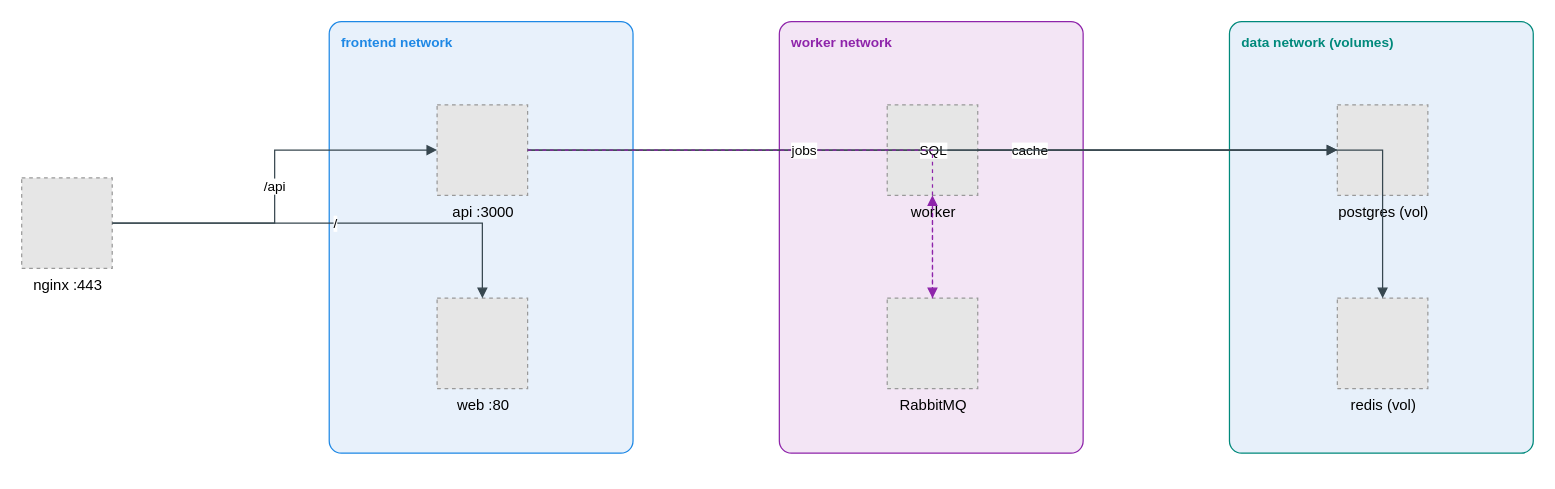
Before: diagram/samples/docker_compose.drawio in linhphamSTS/AI-Workflow-Studio, a draw.io diagram. Source tidied: cells renumbered, new cells numbered last; positions are measured from the earlier drawing's top-left corner, leaving out a move shared by most shapes. Both pictures are drawn from the tidied source at 124%, with x=0, y=0 at pixel (21, 21). Pictures stored in the file or linked from it are replaced by grey dashed boxes.
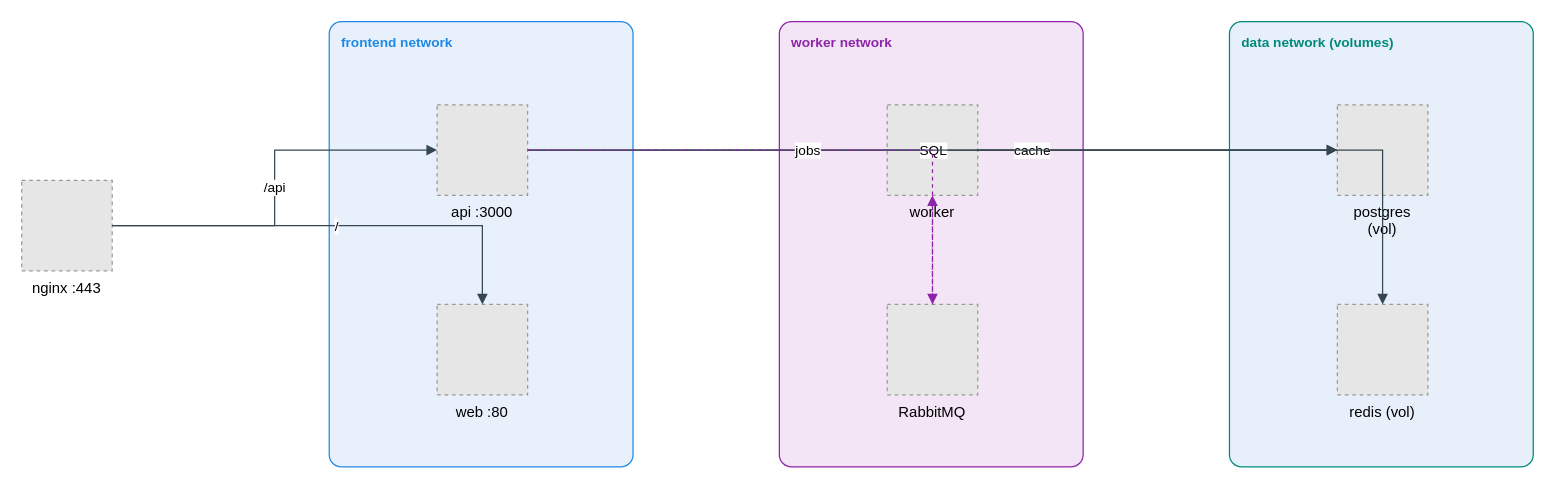
The same diagram, later.

What changed in the source:
```diff
@@
 <mxGraphModel>
   <root>
     <mxCell id="0" />
     <mxCell id="1" parent="0" />
     <mxCell id="2" value="frontend network" style="rounded=1;whiteSpace=wrap;html=1;fillColor=#E8F1FB;strokeColor=#1E88E5;verticalAlign=top;align=left;spacingLeft=8;spacingTop=4;fontSize=11;fontStyle=1;fontColor=#1E88E5;arcSize=4;" parent="1" vertex="1">
-      <mxGeometry x="248" width="245" height="348" as="geometry" />
+      <mxGeometry x="248" width="245" height="359" as="geometry" />
     </mxCell>
     <mxCell id="3" value="worker network" style="rounded=1;whiteSpace=wrap;html=1;fillColor=#F3E5F5;strokeColor=#8E24AA;verticalAlign=top;align=left;spacingLeft=8;spacingTop=4;fontSize=11;fontStyle=1;fontColor=#8E24AA;arcSize=4;" parent="1" vertex="1">
-      <mxGeometry x="611" width="245" height="348" as="geometry" />
+      <mxGeometry x="611" width="245" height="359" as="geometry" />
     </mxCell>
     <mxCell id="4" value="data network (volumes)" style="rounded=1;whiteSpace=wrap;html=1;fillColor=#E7F0FA;strokeColor=#00897B;verticalAlign=top;align=left;spacingLeft=8;spacingTop=4;fontSize=11;fontStyle=1;fontColor=#00897B;arcSize=4;" parent="1" vertex="1">
-      <mxGeometry x="974" width="245" height="348" as="geometry" />
+      <mxGeometry x="974" width="245" height="359" as="geometry" />
     </mxCell>
-    <mxCell id="5" value="nginx :443" style="fillColor=#E6E6E6;strokeColor=#999999;dashed=1;html=1;verticalLabelPosition=bottom;verticalAlign=top;labelPosition=center;" parent="1" vertex="1">
-      <mxGeometry y="126" width="73" height="73" as="geometry" />
+    <mxCell id="5" value="nginx :443" style="fillColor=#E6E6E6;strokeColor=#999999;dashed=1;html=1;verticalLabelPosition=bottom;verticalAlign=top;labelPosition=center;whiteSpace=wrap;align=center;" parent="1" vertex="1">
+      <mxGeometry y="128" width="73" height="73" as="geometry" />
     </mxCell>
-    <mxCell id="6" value="api :3000" style="fillColor=#E6E6E6;strokeColor=#999999;dashed=1;html=1;verticalLabelPosition=bottom;verticalAlign=top;labelPosition=center;" parent="1" vertex="1">
+    <mxCell id="6" value="api :3000" style="fillColor=#E6E6E6;strokeColor=#999999;dashed=1;html=1;verticalLabelPosition=bottom;verticalAlign=top;labelPosition=center;whiteSpace=wrap;align=center;" parent="1" vertex="1">
       <mxGeometry x="335" y="67" width="73" height="73" as="geometry" />
     </mxCell>
-    <mxCell id="7" value="web :80" style="fillColor=#E6E6E6;strokeColor=#999999;dashed=1;html=1;verticalLabelPosition=bottom;verticalAlign=top;labelPosition=center;" parent="1" vertex="1">
-      <mxGeometry x="335" y="223" width="73" height="73" as="geometry" />
+    <mxCell id="7" value="web :80" style="fillColor=#E6E6E6;strokeColor=#999999;dashed=1;html=1;verticalLabelPosition=bottom;verticalAlign=top;labelPosition=center;whiteSpace=wrap;align=center;" parent="1" vertex="1">
+      <mxGeometry x="335" y="228" width="73" height="73" as="geometry" />
     </mxCell>
-    <mxCell id="8" value="worker" style="fillColor=#E6E6E6;strokeColor=#999999;dashed=1;html=1;verticalLabelPosition=bottom;verticalAlign=top;labelPosition=center;" parent="1" vertex="1">
+    <mxCell id="8" value="worker" style="fillColor=#E6E6E6;strokeColor=#999999;dashed=1;html=1;verticalLabelPosition=bottom;verticalAlign=top;labelPosition=center;whiteSpace=wrap;align=center;" parent="1" vertex="1">
       <mxGeometry x="698" y="67" width="73" height="73" as="geometry" />
     </mxCell>
-    <mxCell id="9" value="RabbitMQ" style="fillColor=#E6E6E6;strokeColor=#999999;dashed=1;html=1;verticalLabelPosition=bottom;verticalAlign=top;labelPosition=center;" parent="1" vertex="1">
-      <mxGeometry x="698" y="223" width="73" height="73" as="geometry" />
+    <mxCell id="9" value="RabbitMQ" style="fillColor=#E6E6E6;strokeColor=#999999;dashed=1;html=1;verticalLabelPosition=bottom;verticalAlign=top;labelPosition=center;whiteSpace=wrap;align=center;" parent="1" vertex="1">
+      <mxGeometry x="698" y="228" width="73" height="73" as="geometry" />
     </mxCell>
-    <mxCell id="10" value="postgres (vol)" style="fillColor=#E6E6E6;strokeColor=#999999;dashed=1;html=1;verticalLabelPosition=bottom;verticalAlign=top;labelPosition=center;" parent="1" vertex="1">
+    <mxCell id="10" value="postgres (vol)" style="fillColor=#E6E6E6;strokeColor=#999999;dashed=1;html=1;verticalLabelPosition=bottom;verticalAlign=top;labelPosition=center;whiteSpace=wrap;align=center;" parent="1" vertex="1">
       <mxGeometry x="1061" y="67" width="73" height="73" as="geometry" />
     </mxCell>
-    <mxCell id="11" value="redis (vol)" style="fillColor=#E6E6E6;strokeColor=#999999;dashed=1;html=1;verticalLabelPosition=bottom;verticalAlign=top;labelPosition=center;" parent="1" vertex="1">
-      <mxGeometry x="1061" y="223" width="73" height="73" as="geometry" />
+    <mxCell id="11" value="redis (vol)" style="fillColor=#E6E6E6;strokeColor=#999999;dashed=1;html=1;verticalLabelPosition=bottom;verticalAlign=top;labelPosition=center;whiteSpace=wrap;align=center;" parent="1" vertex="1">
+      <mxGeometry x="1061" y="228" width="73" height="73" as="geometry" />
     </mxCell>
     <mxCell id="12" value="/api" style="edgeStyle=orthogonalEdgeStyle;rounded=0;html=1;strokeColor=#37474F;endArrow=block;" parent="1" edge="1" source="5" target="6">
       <mxGeometry relative="1" as="geometry" />
     </mxCell>
     <mxCell id="13" value="/" style="edgeStyle=orthogonalEdgeStyle;rounded=0;html=1;strokeColor=#37474F;endArrow=block;" parent="1" edge="1" source="5" target="7">
       <mxGeometry relative="1" as="geometry" />
     </mxCell>
     <mxCell id="14" value="SQL" style="edgeStyle=orthogonalEdgeStyle;rounded=0;html=1;strokeColor=#37474F;endArrow=block;" parent="1" edge="1" source="6" target="10">
       <mxGeometry relative="1" as="geometry" />
     </mxCell>
     <mxCell id="15" value="cache" style="edgeStyle=orthogonalEdgeStyle;rounded=0;html=1;strokeColor=#37474F;endArrow=block;" parent="1" edge="1" source="6" target="11">
       <mxGeometry relative="1" as="geometry" />
     </mxCell>
     <mxCell id="16" value="jobs" style="edgeStyle=orthogonalEdgeStyle;rounded=0;html=1;strokeColor=#8E24AA;endArrow=block;dashed=1;" parent="1" edge="1" source="6" target="9">
       <mxGeometry relative="1" as="geometry" />
     </mxCell>
     <mxCell id="17" style="edgeStyle=orthogonalEdgeStyle;rounded=0;html=1;strokeColor=#8E24AA;endArrow=block;dashed=1;" parent="1" edge="1" source="9" target="8">
       <mxGeometry relative="1" as="geometry" />
     </mxCell>
     <mxCell id="18" style="edgeStyle=orthogonalEdgeStyle;rounded=0;html=1;strokeColor=#37474F;endArrow=block;" parent="1" edge="1" source="8" target="10">
       <mxGeometry relative="1" as="geometry" />
     </mxCell>
   </root>
 </mxGraphModel>
```
